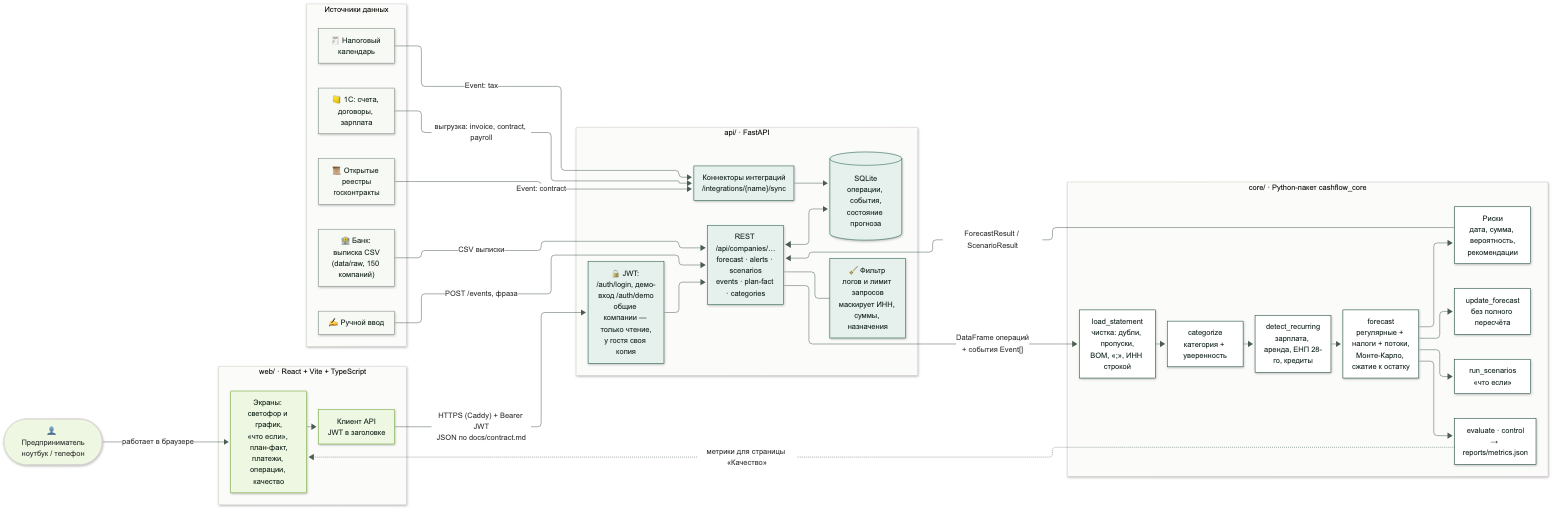
Earlier version of the Mermaid export docs/architecture.png (VaDex-web/cashflow). Its source is kept beside it as docs/architecture.mmd.
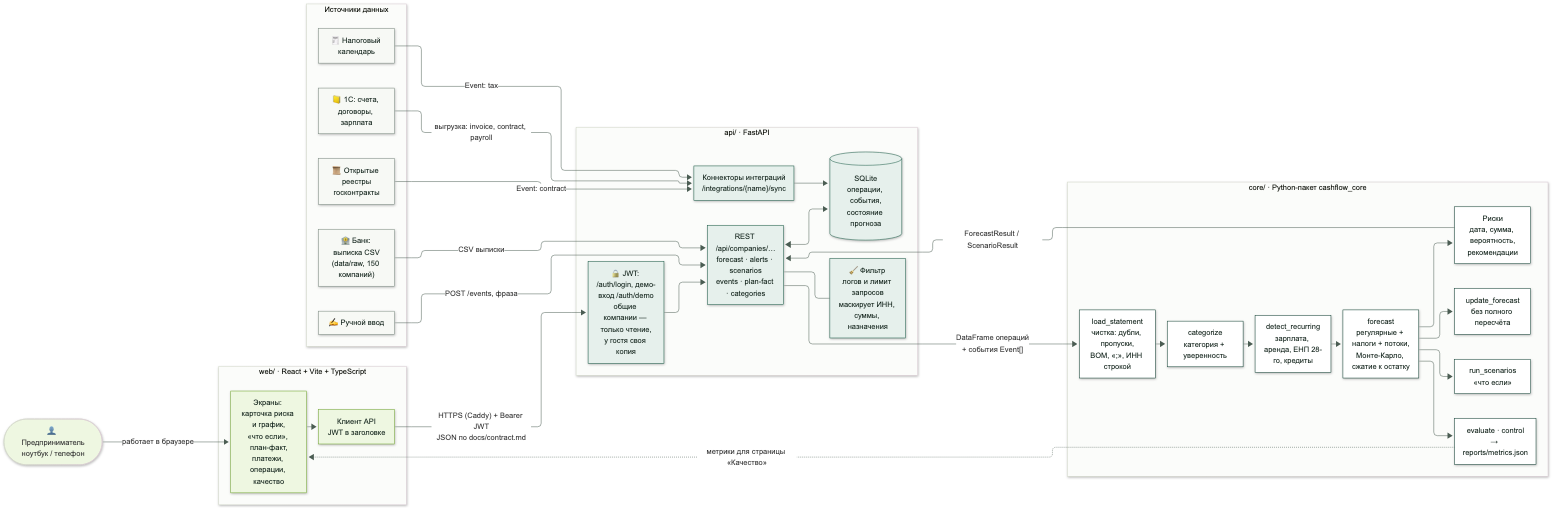
The same file after the commit.

The edit, as a diff of the source:
```diff
@@ -3,7 +3,7 @@
 
   subgraph WEB["web/ · React + Vite + TypeScript"]
     direction TB
-    ui["Экраны: светофор и график,<br/>«что если», план-факт,<br/>платежи, операции, качество"]
+    ui["Экраны: карточка риска и график,<br/>«что если», план-факт,<br/>платежи, операции, качество"]
     client["Клиент API<br/>JWT в заголовке"]
     ui --> client
   end
```
